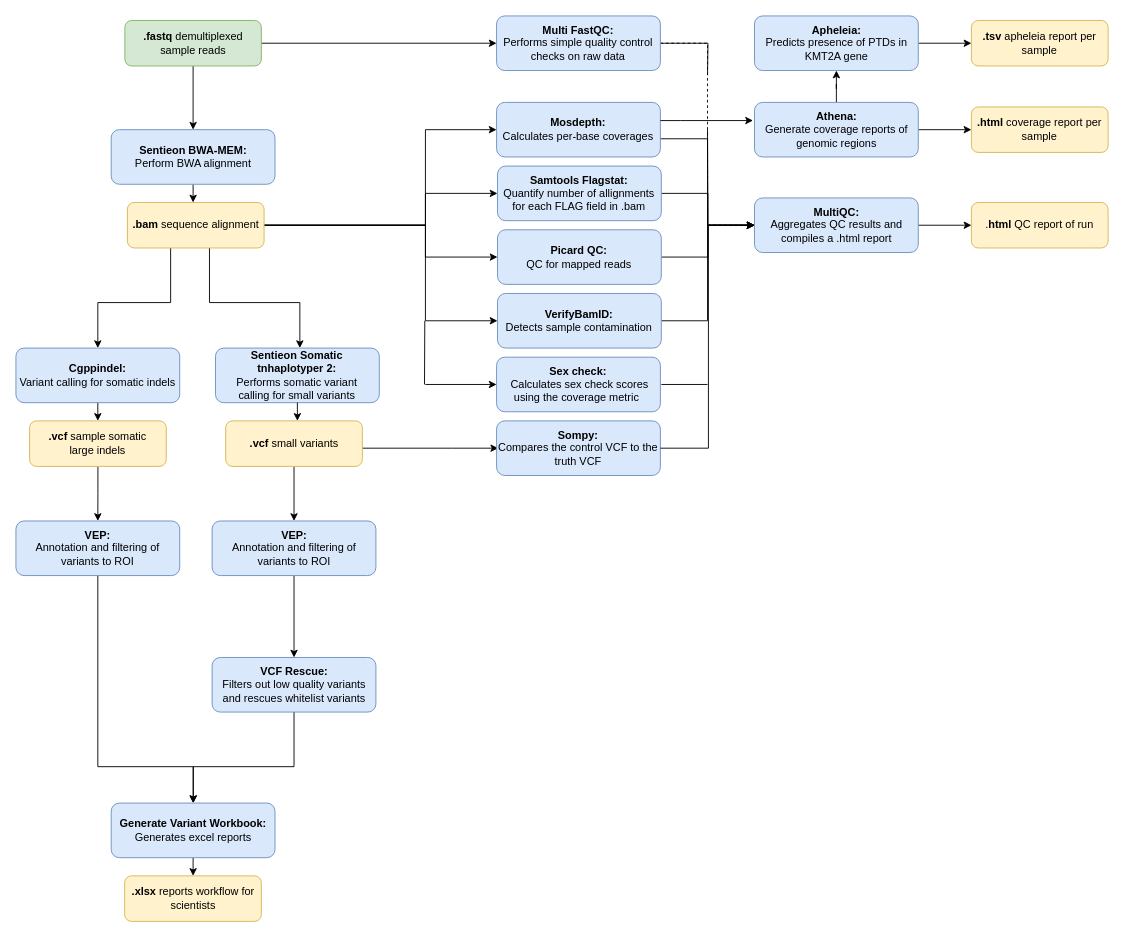
eastgenomics/eggd_uranus_main_workflow keeps this draw.io diagram as images/full_uranus_practical.drawio. Above is the earlier version. Source tidied: cells renumbered, new cells numbered last; positions are measured from the earlier drawing's top-left corner, leaving out a move shared by most shapes. Both pictures are drawn from the tidied source at 91%, with x=0, y=0 at pixel (15, 15).
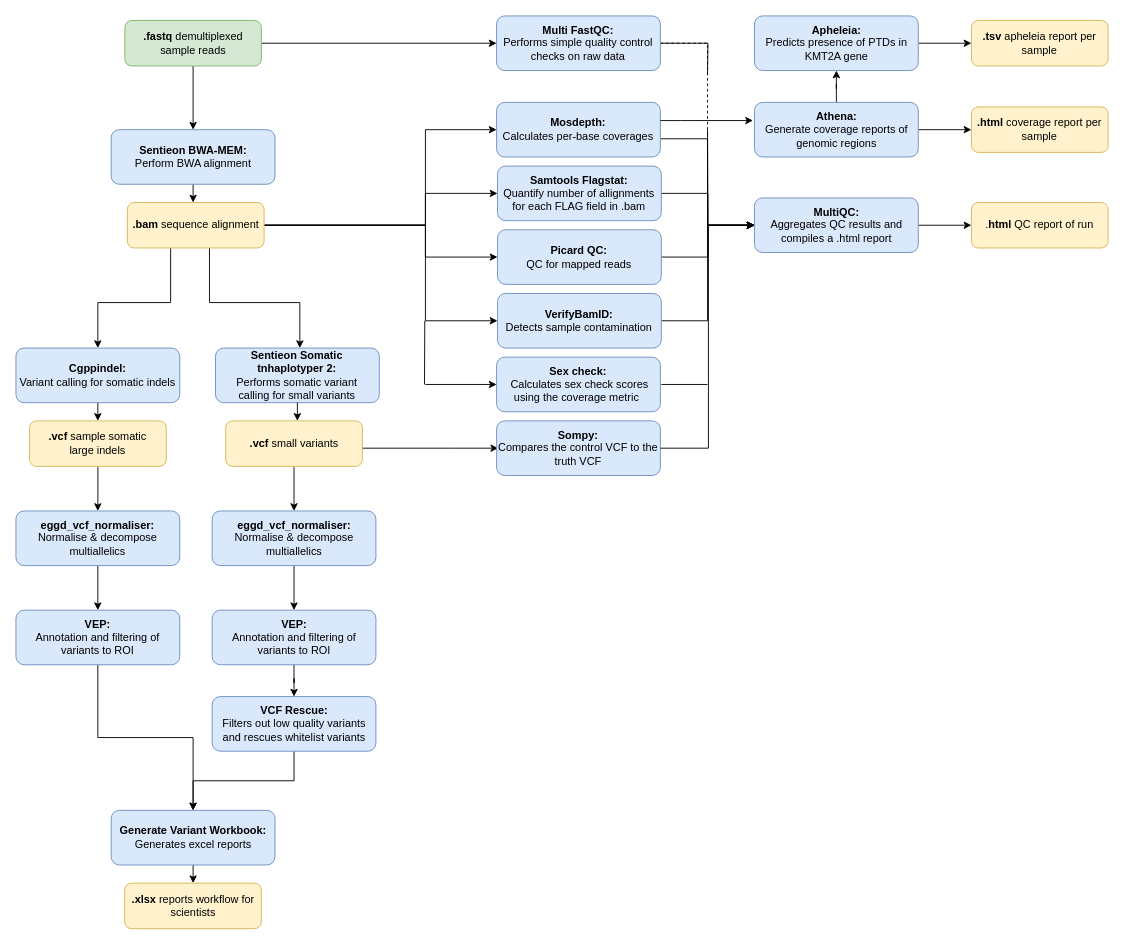
After the change.

Commit message (it also covers changes not shown here):
updated workflow diagram

The change refers to these unchanged cells:
```xml
<mxCell id="18" value="&lt;p style=&quot;line-height: 120%;&quot;&gt;&lt;/p&gt;&lt;div style=&quot;&quot;&gt;&lt;span style=&quot;background-color: initial;&quot;&gt;&lt;b&gt;.vcf&amp;nbsp;&lt;/b&gt;sample somatic&lt;br&gt;large indels&lt;/span&gt;&lt;/div&gt;&lt;p&gt;&lt;/p&gt;" style="rounded=1;whiteSpace=wrap;html=1;fillColor=#fff2cc;strokeColor=#d6b656;align=center;" parent="1" vertex="1">
  <mxGeometry x="15" y="445" width="150.2" height="50" as="geometry" />
</mxCell>
<mxCell id="21" value="&lt;b&gt;.vcf&amp;nbsp;&lt;/b&gt;small variants" style="rounded=1;whiteSpace=wrap;html=1;fillColor=#fff2cc;strokeColor=#d6b656;" parent="1" vertex="1">
  <mxGeometry x="230.5" y="445" width="150.2" height="50" as="geometry" />
</mxCell>
```

What changed in the source:
```diff
@@
-    <mxCell id="17" style="edgeStyle=orthogonalEdgeStyle;rounded=0;jettySize=auto;html=1;" parent="1" edge="1" source="18" target="52">
-      <mxGeometry relative="1" as="geometry" />
-    </mxCell>
+    <mxCell id="61" style="edgeStyle=orthogonalEdgeStyle;rounded=0;jettySize=auto;html=1;exitX=0.5;exitY=1;exitDx=0;exitDy=0;entryX=0.5;entryY=0;entryDx=0;entryDy=0;" parent="1" edge="1" source="18" target="64">
+      <mxGeometry relative="1" as="geometry" />
+    </mxCell>
@@
-    <mxCell id="20" style="edgeStyle=orthogonalEdgeStyle;rounded=0;jettySize=auto;html=1;entryX=0.5;entryY=0;entryDx=0;entryDy=0;" parent="1" edge="1" source="21" target="54">
-      <mxGeometry relative="1" as="geometry" />
-    </mxCell>
+    <mxCell id="62" style="edgeStyle=orthogonalEdgeStyle;rounded=0;jettySize=auto;html=1;exitX=0.5;exitY=1;exitDx=0;exitDy=0;entryX=0.5;entryY=0;entryDx=0;entryDy=0;" parent="1" edge="1" source="21" target="66">
+      <mxGeometry relative="1" as="geometry" />
+    </mxCell>
@@
     <mxCell id="23" value="&lt;b&gt;Generate Variant Workbook:&lt;br&gt;&lt;/b&gt;Generates excel reports" style="rounded=1;whiteSpace=wrap;html=1;fillColor=#dae8fc;strokeColor=#6c8ebf;" parent="1" vertex="1">
-      <mxGeometry x="104.7" y="865" width="180" height="60" as="geometry" />
+      <mxGeometry x="104.7" y="873" width="180" height="60" as="geometry" />
     </mxCell>
     <mxCell id="24" value="&lt;p style=&quot;line-height: 120%;&quot;&gt;&lt;/p&gt;&lt;div style=&quot;&quot;&gt;&lt;b&gt;.xlsx&amp;nbsp;&lt;/b&gt;reports workflow for scientists&lt;/div&gt;&lt;p&gt;&lt;/p&gt;" style="rounded=1;whiteSpace=wrap;html=1;fillColor=#fff2cc;strokeColor=#d6b656;align=center;" parent="1" vertex="1">
-      <mxGeometry x="119.5" y="945" width="150.2" height="50" as="geometry" />
+      <mxGeometry x="119.5" y="953" width="150.2" height="50" as="geometry" />
     </mxCell>
@@
-    <mxCell id="51" style="edgeStyle=orthogonalEdgeStyle;rounded=0;jettySize=auto;html=1;" parent="1" edge="1" source="52" target="23">
-      <mxGeometry relative="1" as="geometry">
-        <Array as="points">
-          <mxPoint x="90" y="825" />
-          <mxPoint x="195" y="825" />
-        </Array>
-      </mxGeometry>
+    <mxCell id="51" style="edgeStyle=orthogonalEdgeStyle;rounded=0;jettySize=auto;html=1;exitX=0.5;exitY=1;exitDx=0;exitDy=0;entryX=0.5;entryY=0;entryDx=0;entryDy=0;" parent="1" edge="1" source="52" target="23">
+      <mxGeometry relative="1" as="geometry" />
     </mxCell>
     <mxCell id="52" value="&lt;b&gt;VEP:&lt;br&gt;&lt;/b&gt;Annotation and filtering of variants to ROI" style="rounded=1;whiteSpace=wrap;html=1;fillColor=#dae8fc;strokeColor=#6c8ebf;" parent="1" vertex="1">
-      <mxGeometry y="555" width="180" height="60" as="geometry" />
+      <mxGeometry y="653" width="180" height="60" as="geometry" />
     </mxCell>
@@
     <mxCell id="54" value="&lt;b&gt;VEP:&lt;br&gt;&lt;/b&gt;Annotation and filtering of variants to ROI" style="rounded=1;whiteSpace=wrap;html=1;fillColor=#dae8fc;strokeColor=#6c8ebf;" parent="1" vertex="1">
-      <mxGeometry x="215.6" y="555" width="180" height="60" as="geometry" />
+      <mxGeometry x="215.6" y="653" width="180" height="60" as="geometry" />
     </mxCell>
-    <mxCell id="55" style="edgeStyle=orthogonalEdgeStyle;rounded=0;jettySize=auto;html=1;entryX=0.5;entryY=0;entryDx=0;entryDy=0;" parent="1" edge="1" source="56" target="23">
-      <mxGeometry relative="1" as="geometry">
-        <Array as="points">
-          <mxPoint x="306" y="825" />
-          <mxPoint x="195" y="825" />
-        </Array>
-      </mxGeometry>
+    <mxCell id="55" style="edgeStyle=orthogonalEdgeStyle;rounded=0;jettySize=auto;html=1;exitX=0.5;exitY=1;exitDx=0;exitDy=0;entryX=0.5;entryY=0;entryDx=0;entryDy=0;" parent="1" edge="1" source="56" target="23">
+      <mxGeometry relative="1" as="geometry" />
     </mxCell>
     <mxCell id="56" value="&lt;b&gt;VCF Rescue:&lt;br&gt;&lt;/b&gt;Filters out low quality variants and rescues whitelist variants" style="rounded=1;whiteSpace=wrap;html=1;fillColor=#dae8fc;strokeColor=#6c8ebf;" parent="1" vertex="1">
-      <mxGeometry x="215.6" y="705" width="180" height="60" as="geometry" />
+      <mxGeometry x="215.6" y="748" width="180" height="60" as="geometry" />
     </mxCell>
@@
+    <mxCell id="63" style="edgeStyle=orthogonalEdgeStyle;rounded=0;jettySize=auto;html=1;exitX=0.5;exitY=1;exitDx=0;exitDy=0;entryX=0.5;entryY=0;entryDx=0;entryDy=0;" parent="1" edge="1" source="64" target="52">
+      <mxGeometry relative="1" as="geometry" />
+    </mxCell>
+    <mxCell id="64" value="&lt;b&gt;eggd_vcf_normaliser:&lt;br&gt;&lt;/b&gt;Normalise &amp;amp; decompose multiallelics" style="rounded=1;whiteSpace=wrap;html=1;fillColor=#dae8fc;strokeColor=#6c8ebf;" parent="1" vertex="1">
+      <mxGeometry y="544" width="180" height="60" as="geometry" />
+    </mxCell>
+    <mxCell id="65" style="edgeStyle=orthogonalEdgeStyle;rounded=0;jettySize=auto;html=1;exitX=0.5;exitY=1;exitDx=0;exitDy=0;entryX=0.5;entryY=0;entryDx=0;entryDy=0;" parent="1" edge="1" source="66" target="54">
+      <mxGeometry relative="1" as="geometry" />
+    </mxCell>
+    <mxCell id="66" value="&lt;b&gt;eggd_vcf_normaliser:&lt;br&gt;&lt;/b&gt;Normalise &amp;amp; decompose multiallelics" style="rounded=1;whiteSpace=wrap;html=1;fillColor=#dae8fc;strokeColor=#6c8ebf;" parent="1" vertex="1">
+      <mxGeometry x="215.6" y="544" width="180" height="60" as="geometry" />
+    </mxCell>
```
